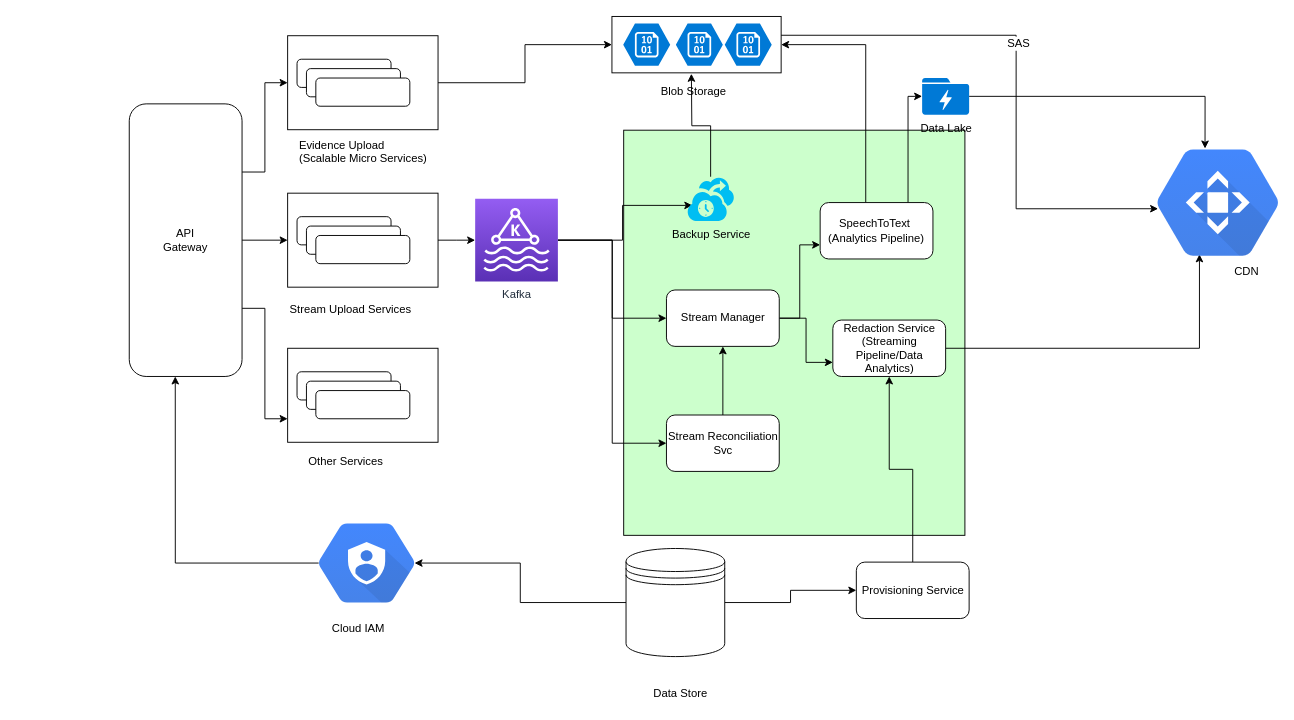
This is sample-architecture-diagram.drawio from reactivedev/design, a draw.io file, before an edit. Source tidied: cells renumbered, new cells numbered last; positions are measured from the earlier drawing's top-left corner, leaving out a move shared by most shapes. Both pictures are drawn from the tidied source at 94%, with x=0, y=0 at pixel (129, 16).
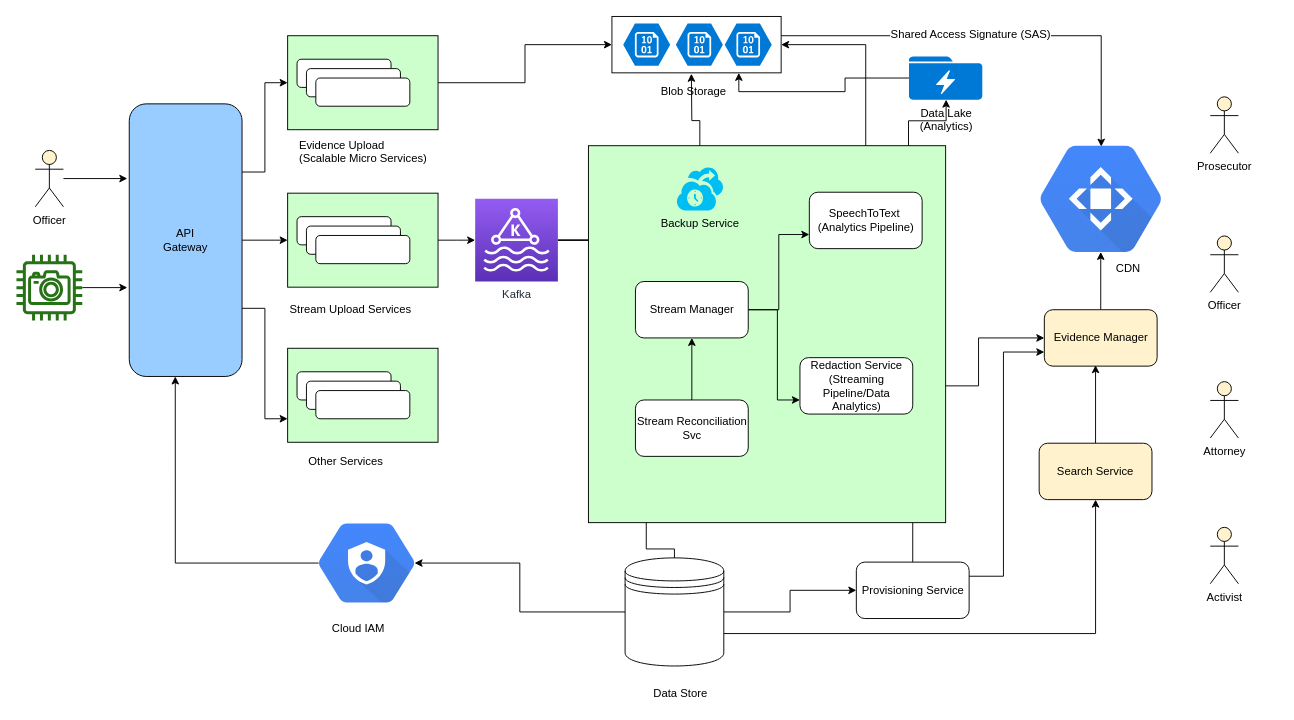
The same page after the edit.

The change refers to these unchanged cells:
```xml
<mxCell id="6" value="Kafka" style="outlineConnect=0;fontColor=#232F3E;gradientColor=#945DF2;gradientDirection=north;fillColor=#5A30B5;strokeColor=#ffffff;dashed=0;verticalLabelPosition=bottom;verticalAlign=top;align=center;html=1;fontSize=12;fontStyle=0;shape=mxgraph.aws4.resourceIcon;resIcon=mxgraph.aws4.managed_streaming_for_kafka;" parent="1" vertex="1">
  <mxGeometry x="368" y="194" width="88" height="88" as="geometry" />
</mxCell>
<mxCell id="22" value="Provisioning Service" style="rounded=1;whiteSpace=wrap;html=1;" parent="1" vertex="1">
  <mxGeometry x="773.5" y="580.5" width="120" height="60" as="geometry" />
</mxCell>
<mxCell id="29" style="group;" parent="1" vertex="1">
  <mxGeometry x="168.5" y="353" width="160" height="131" as="geometry" />
</mxCell>
<mxCell id="36" style="group;" parent="1" vertex="1">
  <mxGeometry x="168.5" y="188" width="160" height="134" as="geometry" />
</mxCell>
<mxCell id="38" style="group;" parent="36" vertex="1">
  <mxGeometry y="25" width="140" height="109" as="geometry" />
</mxCell>
<mxCell id="42" style="rounded=1;whiteSpace=wrap;html=1;" parent="38" vertex="1">
  <mxGeometry x="30" y="20" width="100" height="30" as="geometry" />
</mxCell>
<mxCell id="45" style="group;" parent="1" vertex="1">
  <mxGeometry x="168.5" y="20.5" width="160" height="136" as="geometry" />
</mxCell>
<mxCell id="53" style="rounded=0;whiteSpace=wrap;html=1;" parent="52" vertex="1">
  <mxGeometry width="180" height="60" as="geometry" />
</mxCell>
<mxCell id="54" style="shadow=0;dashed=0;html=1;strokeColor=none;fillColor=#0079D6;labelPosition=center;verticalLabelPosition=bottom;verticalAlign=top;align=center;shape=mxgraph.azure.storage_blob;" parent="52" vertex="1">
  <mxGeometry x="120" y="7.5" width="50" height="45" as="geometry" />
</mxCell>
```

Diff of the diagram source:
```diff
@@
-    <mxCell id="2" style="rounded=0;whiteSpace=wrap;html=1;fillColor=#CCFFCC;" parent="1" vertex="1">
-      <mxGeometry x="526" y="121" width="363" height="431" as="geometry" />
-    </mxCell>
+    <mxCell id="69" style="edgeStyle=orthogonalEdgeStyle;rounded=0;jettySize=auto;html=1;" parent="1" edge="1" source="70" target="25">
+      <mxGeometry relative="1" as="geometry">
+        <Array as="points">
+          <mxPoint x="1068" y="351" />
+          <mxPoint x="1158" y="351" />
+        </Array>
+      </mxGeometry>
+    </mxCell>
+    <mxCell id="70" value="Evidence Manager" style="rounded=1;whiteSpace=wrap;html=1;fillColor=#FFF2CC;" parent="1" vertex="1">
+      <mxGeometry x="973.5" y="312" width="120" height="60" as="geometry" />
+    </mxCell>
@@
-    <mxCell id="9" value="Backup Service" style="verticalLabelPosition=bottom;html=1;verticalAlign=top;align=center;strokeColor=none;fillColor=#00BEF2;shape=mxgraph.azure.backup_service;" parent="1" vertex="1">
-      <mxGeometry x="593.5" y="170.5" width="50" height="47" as="geometry" />
-    </mxCell>
-    <mxCell id="10" style="edgeStyle=orthogonalEdgeStyle;rounded=0;jettySize=auto;html=1;entryX=0.008;entryY=0.558;entryDx=0;entryDy=0;entryPerimeter=0;" parent="1" edge="1" source="54" target="25">
+    <mxCell id="10" style="edgeStyle=orthogonalEdgeStyle;rounded=0;jettySize=auto;html=1;entryX=0.504;entryY=0.009;entryDx=0;entryDy=0;entryPerimeter=0;" parent="1" edge="1" source="54" target="25">
       <mxGeometry relative="1" as="geometry">
         <Array as="points">
-          <mxPoint x="943.5" y="20" />
-          <mxPoint x="943.5" y="205" />
+          <mxPoint x="1034" y="20.5" />
         </Array>
       </mxGeometry>
     </mxCell>
-    <mxCell id="11" value="SAS" style="text;html=1;align=center;verticalAlign=middle;labelBackgroundColor=#ffffff;" parent="10" vertex="1">
+    <mxCell id="11" value="Shared Access Signature (SAS)" style="text;html=1;align=center;verticalAlign=middle;labelBackgroundColor=#ffffff;" parent="10" vertex="1">
       <mxGeometry x="-0.1" y="2" relative="1" as="geometry" />
     </mxCell>
@@
+    <mxCell id="71" style="edgeStyle=orthogonalEdgeStyle;rounded=0;jettySize=auto;html=1;exitX=0.5;exitY=0;exitDx=0;exitDy=0;entryX=0.25;entryY=1;entryDx=0;entryDy=0;" parent="1" edge="1" source="15" target="61">
+      <mxGeometry relative="1" as="geometry">
+        <Array as="points">
+          <mxPoint x="580" y="566.5" />
+          <mxPoint x="550" y="566.5" />
+          <mxPoint x="550" y="398.5" />
+          <mxPoint x="602" y="398.5" />
+        </Array>
+      </mxGeometry>
+    </mxCell>
+    <mxCell id="72" style="edgeStyle=orthogonalEdgeStyle;rounded=0;jettySize=auto;html=1;exitX=1;exitY=0.7;exitDx=0;exitDy=0;entryX=0.5;entryY=1;entryDx=0;entryDy=0;" parent="1" edge="1" source="15" target="76">
+      <mxGeometry relative="1" as="geometry" />
+    </mxCell>
     <mxCell id="15" style="shape=datastore;whiteSpace=wrap;html=1;" parent="1" vertex="1">
-      <mxGeometry x="528.5" y="566" width="105" height="115" as="geometry" />
+      <mxGeometry x="527.5" y="576" width="105" height="115" as="geometry" />
     </mxCell>
@@
     <mxCell id="17" style="edgeStyle=orthogonalEdgeStyle;rounded=0;jettySize=auto;html=1;" parent="1" edge="1" source="18" target="24">
       <mxGeometry relative="1" as="geometry">
         <Array as="points">
-          <mxPoint x="828.5" y="237" />
+          <mxPoint x="829" y="111" />
+          <mxPoint x="869" y="111" />
         </Array>
       </mxGeometry>
     </mxCell>
-    <mxCell id="18" value="SpeechToText&amp;nbsp;&lt;br&gt;(Analytics Pipeline)&lt;br&gt;" style="rounded=1;whiteSpace=wrap;html=1;" parent="1" vertex="1">
-      <mxGeometry x="735" y="198" width="120" height="60" as="geometry" />
-    </mxCell>
-    <mxCell id="19" style="edgeStyle=orthogonalEdgeStyle;rounded=0;jettySize=auto;html=1;entryX=0.349;entryY=0.987;entryDx=0;entryDy=0;entryPerimeter=0;" parent="1" edge="1" source="20" target="25">
-      <mxGeometry relative="1" as="geometry" />
-    </mxCell>
-    <mxCell id="20" value="Redaction Service&lt;br&gt;(Streaming Pipeline/Data Analytics)&lt;br&gt;" style="rounded=1;whiteSpace=wrap;html=1;" parent="1" vertex="1">
-      <mxGeometry x="748.5" y="323" width="120" height="60" as="geometry" />
-    </mxCell>
+    <mxCell id="73" style="edgeStyle=orthogonalEdgeStyle;rounded=0;jettySize=auto;html=1;exitX=1;exitY=0.5;exitDx=0;exitDy=0;entryX=0;entryY=0.5;entryDx=0;entryDy=0;" parent="1" edge="1" source="20" target="70">
+      <mxGeometry relative="1" as="geometry" />
+    </mxCell>
@@
+    <mxCell id="74" style="edgeStyle=orthogonalEdgeStyle;rounded=0;jettySize=auto;html=1;exitX=1;exitY=0.25;exitDx=0;exitDy=0;entryX=0;entryY=0.75;entryDx=0;entryDy=0;" parent="1" edge="1" source="22" target="70">
+      <mxGeometry relative="1" as="geometry">
+        <Array as="points">
+          <mxPoint x="930" y="595.5" />
+          <mxPoint x="930" y="357.5" />
+        </Array>
+      </mxGeometry>
+    </mxCell>
@@
-    <mxCell id="23" style="edgeStyle=orthogonalEdgeStyle;rounded=0;jettySize=auto;html=1;entryX=0.395;entryY=-0.009;entryDx=0;entryDy=0;entryPerimeter=0;" parent="1" edge="1" source="24" target="25">
+    <mxCell id="23" style="edgeStyle=orthogonalEdgeStyle;rounded=0;jettySize=auto;html=1;entryX=0.75;entryY=1;entryDx=0;entryDy=0;" parent="1" edge="1" source="24" target="53">
       <mxGeometry relative="1" as="geometry" />
     </mxCell>
-    <mxCell id="24" value="Data Lake" style="shadow=0;dashed=0;html=1;strokeColor=none;labelPosition=center;verticalLabelPosition=bottom;verticalAlign=top;align=center;shape=mxgraph.mscae.cloud.data_lake_store;fillColor=#0079D6;" parent="1" vertex="1">
-      <mxGeometry x="843.5" y="65.5" width="50" height="39" as="geometry" />
+    <mxCell id="24" value="Data Lake&lt;br&gt;(Analytics)&lt;br&gt;" style="shadow=0;dashed=0;html=1;strokeColor=none;labelPosition=center;verticalLabelPosition=bottom;verticalAlign=top;align=center;shape=mxgraph.mscae.cloud.data_lake_store;fillColor=#0079D6;" parent="1" vertex="1">
+      <mxGeometry x="829.5" y="42.5" width="78" height="46" as="geometry" />
     </mxCell>
     <mxCell id="25" style="shape=mxgraph.gcp.networking.cloud_cdn;html=1;fillColor=#4387FD;gradientColor=#4683EA;strokeColor=none;verticalLabelPosition=bottom;verticalAlign=top;align=center;" parent="1" vertex="1">
-      <mxGeometry x="1093.5" y="141.5" width="129" height="113" as="geometry" />
+      <mxGeometry x="969" y="137.5" width="129" height="113" as="geometry" />
     </mxCell>
     <mxCell id="26" value="CDN" style="text;html=1;align=left;verticalAlign=top;spacingTop=-4;" parent="1" vertex="1">
-      <mxGeometry x="1173.5" y="262" width="40" height="20" as="geometry" />
+      <mxGeometry x="1048" y="257.5" width="40" height="20" as="geometry" />
     </mxCell>
@@
-    <mxCell id="30" style="rounded=0;whiteSpace=wrap;html=1;" parent="29" vertex="1">
+    <mxCell id="30" style="rounded=0;whiteSpace=wrap;html=1;fillColor=#CCFFCC;" parent="29" vertex="1">
       <mxGeometry width="160" height="100" as="geometry" />
     </mxCell>
@@
-    <mxCell id="37" style="rounded=0;whiteSpace=wrap;html=1;" parent="36" vertex="1">
+    <mxCell id="37" style="rounded=0;whiteSpace=wrap;html=1;fillColor=#CCFFCC;" parent="36" vertex="1">
       <mxGeometry width="160" height="100" as="geometry" />
     </mxCell>
@@
-    <mxCell id="44" style="edgeStyle=orthogonalEdgeStyle;rounded=0;orthogonalLoop=1;jettySize=auto;html=1;exitX=0.5;exitY=1;exitDx=0;exitDy=0;" parent="38" edge="1" source="42" target="42">
-      <mxGeometry relative="1" as="geometry" />
-    </mxCell>
@@
-    <mxCell id="46" style="rounded=0;whiteSpace=wrap;html=1;" parent="45" vertex="1">
+    <mxCell id="46" style="rounded=0;whiteSpace=wrap;html=1;fillColor=#CCFFCC;" parent="45" vertex="1">
       <mxGeometry width="160" height="100" as="geometry" />
     </mxCell>
@@
+    <mxCell id="64" style="edgeStyle=orthogonalEdgeStyle;rounded=0;jettySize=auto;html=1;" parent="1" edge="1" source="67" target="37">
+      <mxGeometry relative="1" as="geometry" />
+    </mxCell>
+    <mxCell id="65" style="edgeStyle=orthogonalEdgeStyle;rounded=0;jettySize=auto;html=1;exitX=1;exitY=0.25;exitDx=0;exitDy=0;entryX=0;entryY=0.5;entryDx=0;entryDy=0;" parent="1" edge="1" source="67" target="46">
+      <mxGeometry relative="1" as="geometry" />
+    </mxCell>
+    <mxCell id="66" style="edgeStyle=orthogonalEdgeStyle;rounded=0;jettySize=auto;html=1;exitX=1;exitY=0.75;exitDx=0;exitDy=0;entryX=0;entryY=0.75;entryDx=0;entryDy=0;" parent="1" edge="1" source="67" target="30">
+      <mxGeometry relative="1" as="geometry" />
+    </mxCell>
+    <mxCell id="67" value="API&lt;br&gt;Gateway&lt;br&gt;" style="rounded=1;whiteSpace=wrap;html=1;fillColor=#99CCFF;" parent="1" vertex="1">
+      <mxGeometry y="93" width="120" height="290" as="geometry" />
+    </mxCell>
+    <mxCell id="68" style="edgeStyle=orthogonalEdgeStyle;rounded=0;jettySize=auto;html=1;exitX=1;exitY=0.5;exitDx=0;exitDy=0;" parent="1" edge="1" source="37" target="6">
+      <mxGeometry relative="1" as="geometry" />
+    </mxCell>
+    <mxCell id="75" style="edgeStyle=orthogonalEdgeStyle;rounded=0;jettySize=auto;html=1;entryX=0.454;entryY=0.983;entryDx=0;entryDy=0;entryPerimeter=0;" parent="1" edge="1" source="76" target="70">
+      <mxGeometry relative="1" as="geometry" />
+    </mxCell>
+    <mxCell id="76" value="Search Service" style="rounded=1;whiteSpace=wrap;html=1;fillColor=#FFF2CC;" parent="1" vertex="1">
+      <mxGeometry x="968" y="454" width="120" height="60" as="geometry" />
+    </mxCell>
+    <mxCell id="77" value="Prosecutor" style="shape=umlActor;html=1;verticalLabelPosition=bottom;verticalAlign=top;align=center;fillColor=#FFF2CC;" parent="1" vertex="1">
+      <mxGeometry x="1150" y="85.5" width="30" height="60" as="geometry" />
+    </mxCell>
+    <mxCell id="78" value="Officer" style="shape=umlActor;html=1;verticalLabelPosition=bottom;verticalAlign=top;align=center;fillColor=#FFF2CC;" parent="1" vertex="1">
+      <mxGeometry x="1150" y="233.5" width="30" height="60" as="geometry" />
+    </mxCell>
+    <mxCell id="79" value="Attorney" style="shape=umlActor;html=1;verticalLabelPosition=bottom;verticalAlign=top;align=center;fillColor=#FFF2CC;" parent="1" vertex="1">
+      <mxGeometry x="1150" y="388.5" width="30" height="60" as="geometry" />
+    </mxCell>
+    <mxCell id="80" value="Activist" style="shape=umlActor;html=1;verticalLabelPosition=bottom;verticalAlign=top;align=center;fillColor=#FFF2CC;" parent="1" vertex="1">
+      <mxGeometry x="1150" y="543.5" width="30" height="60" as="geometry" />
+    </mxCell>
+    <mxCell id="81" style="edgeStyle=orthogonalEdgeStyle;rounded=0;jettySize=auto;html=1;entryX=-0.017;entryY=0.674;entryDx=0;entryDy=0;entryPerimeter=0;" parent="1" edge="1" source="82" target="67">
+      <mxGeometry relative="1" as="geometry" />
+    </mxCell>
+    <mxCell id="82" style="outlineConnect=0;fontColor=#232F3E;gradientColor=none;fillColor=#277116;strokeColor=none;dashed=0;verticalLabelPosition=bottom;verticalAlign=top;align=center;html=1;fontSize=12;fontStyle=0;shape=mxgraph.aws4.camera;" parent="1" vertex="1">
+      <mxGeometry x="-120" y="253.5" width="70" height="70" as="geometry" />
+    </mxCell>
+    <mxCell id="83" style="edgeStyle=orthogonalEdgeStyle;rounded=0;jettySize=auto;html=1;entryX=-0.017;entryY=0.274;entryDx=0;entryDy=0;entryPerimeter=0;" parent="1" edge="1" source="84" target="67">
+      <mxGeometry relative="1" as="geometry" />
+    </mxCell>
+    <mxCell id="84" value="Officer" style="shape=umlActor;html=1;verticalLabelPosition=bottom;verticalAlign=top;align=center;fillColor=#FFF2CC;" parent="1" vertex="1">
+      <mxGeometry x="-100" y="142.5" width="30" height="60" as="geometry" />
+    </mxCell>
+    <mxCell id="85" style="group;" parent="1" vertex="1">
+      <mxGeometry x="488.5" y="137.5" width="380" height="401" as="geometry" />
+    </mxCell>
+    <mxCell id="2" style="rounded=0;whiteSpace=wrap;html=1;fillColor=#CCFFCC;" parent="85" vertex="1">
+      <mxGeometry width="380" height="401" as="geometry" />
+    </mxCell>
+    <mxCell id="9" value="Backup Service" style="verticalLabelPosition=bottom;html=1;verticalAlign=top;align=center;strokeColor=none;fillColor=#00BEF2;shape=mxgraph.azure.backup_service;" parent="85" vertex="1">
+      <mxGeometry x="93.5" y="22" width="50" height="47" as="geometry" />
+    </mxCell>
+    <mxCell id="18" value="SpeechToText&amp;nbsp;&lt;br&gt;(Analytics Pipeline)&lt;br&gt;" style="rounded=1;whiteSpace=wrap;html=1;" parent="85" vertex="1">
+      <mxGeometry x="235" y="49.5" width="120" height="60" as="geometry" />
+    </mxCell>
+    <mxCell id="20" value="Redaction Service&lt;br&gt;(Streaming Pipeline/Data Analytics)&lt;br&gt;" style="rounded=1;whiteSpace=wrap;html=1;" parent="85" vertex="1">
+      <mxGeometry x="225" y="225.5" width="120" height="60" as="geometry" />
+    </mxCell>
-    <mxCell id="59" style="edgeStyle=orthogonalEdgeStyle;rounded=0;jettySize=auto;html=1;entryX=0;entryY=0.75;entryDx=0;entryDy=0;" parent="1" edge="1" source="61" target="18">
+    <mxCell id="59" style="edgeStyle=orthogonalEdgeStyle;rounded=0;jettySize=auto;html=1;entryX=0;entryY=0.75;entryDx=0;entryDy=0;" parent="85" edge="1" source="61" target="18">
       <mxGeometry relative="1" as="geometry" />
     </mxCell>
-    <mxCell id="60" style="edgeStyle=orthogonalEdgeStyle;rounded=0;jettySize=auto;html=1;entryX=0;entryY=0.75;entryDx=0;entryDy=0;" parent="1" edge="1" source="61" target="20">
-      <mxGeometry relative="1" as="geometry" />
+    <mxCell id="60" style="edgeStyle=orthogonalEdgeStyle;rounded=0;jettySize=auto;html=1;entryX=0;entryY=0.75;entryDx=0;entryDy=0;" parent="85" edge="1" source="61" target="20">
+      <mxGeometry relative="1" as="geometry">
+        <Array as="points">
+          <mxPoint x="201" y="175" />
+          <mxPoint x="201" y="271" />
+        </Array>
+      </mxGeometry>
     </mxCell>
-    <mxCell id="61" value="Stream Manager" style="rounded=1;whiteSpace=wrap;html=1;" parent="1" vertex="1">
-      <mxGeometry x="571.5" y="291" width="120" height="60" as="geometry" />
+    <mxCell id="61" value="Stream Manager" style="rounded=1;whiteSpace=wrap;html=1;" parent="85" vertex="1">
+      <mxGeometry x="50" y="144.5" width="120" height="60" as="geometry" />
     </mxCell>
-    <mxCell id="62" style="edgeStyle=orthogonalEdgeStyle;rounded=0;jettySize=auto;html=1;" parent="1" edge="1" source="63" target="61">
+    <mxCell id="62" style="edgeStyle=orthogonalEdgeStyle;rounded=0;jettySize=auto;html=1;" parent="85" edge="1" source="63" target="61">
       <mxGeometry relative="1" as="geometry" />
     </mxCell>
-    <mxCell id="63" value="Stream Reconciliation Svc" style="rounded=1;whiteSpace=wrap;html=1;" parent="1" vertex="1">
-      <mxGeometry x="571.5" y="424" width="120" height="60" as="geometry" />
+    <mxCell id="63" value="Stream Reconciliation Svc" style="rounded=1;whiteSpace=wrap;html=1;" parent="85" vertex="1">
+      <mxGeometry x="50" y="270.5" width="120" height="60" as="geometry" />
     </mxCell>
-    <mxCell id="64" style="edgeStyle=orthogonalEdgeStyle;rounded=0;jettySize=auto;html=1;" parent="1" edge="1" source="67" target="37">
-      <mxGeometry relative="1" as="geometry" />
-    </mxCell>
-    <mxCell id="65" style="edgeStyle=orthogonalEdgeStyle;rounded=0;jettySize=auto;html=1;exitX=1;exitY=0.25;exitDx=0;exitDy=0;entryX=0;entryY=0.5;entryDx=0;entryDy=0;" parent="1" edge="1" source="67" target="46">
-      <mxGeometry relative="1" as="geometry" />
-    </mxCell>
-    <mxCell id="66" style="edgeStyle=orthogonalEdgeStyle;rounded=0;jettySize=auto;html=1;exitX=1;exitY=0.75;exitDx=0;exitDy=0;entryX=0;entryY=0.75;entryDx=0;entryDy=0;" parent="1" edge="1" source="67" target="30">
-      <mxGeometry relative="1" as="geometry" />
-    </mxCell>
-    <mxCell id="67" value="API&lt;br&gt;Gateway&lt;br&gt;" style="rounded=1;whiteSpace=wrap;html=1;" parent="1" vertex="1">
-      <mxGeometry y="93" width="120" height="290" as="geometry" />
-    </mxCell>
-    <mxCell id="68" style="edgeStyle=orthogonalEdgeStyle;rounded=0;jettySize=auto;html=1;exitX=1;exitY=0.5;exitDx=0;exitDy=0;" parent="1" edge="1" source="37" target="6">
-      <mxGeometry relative="1" as="geometry" />
-    </mxCell>
```
